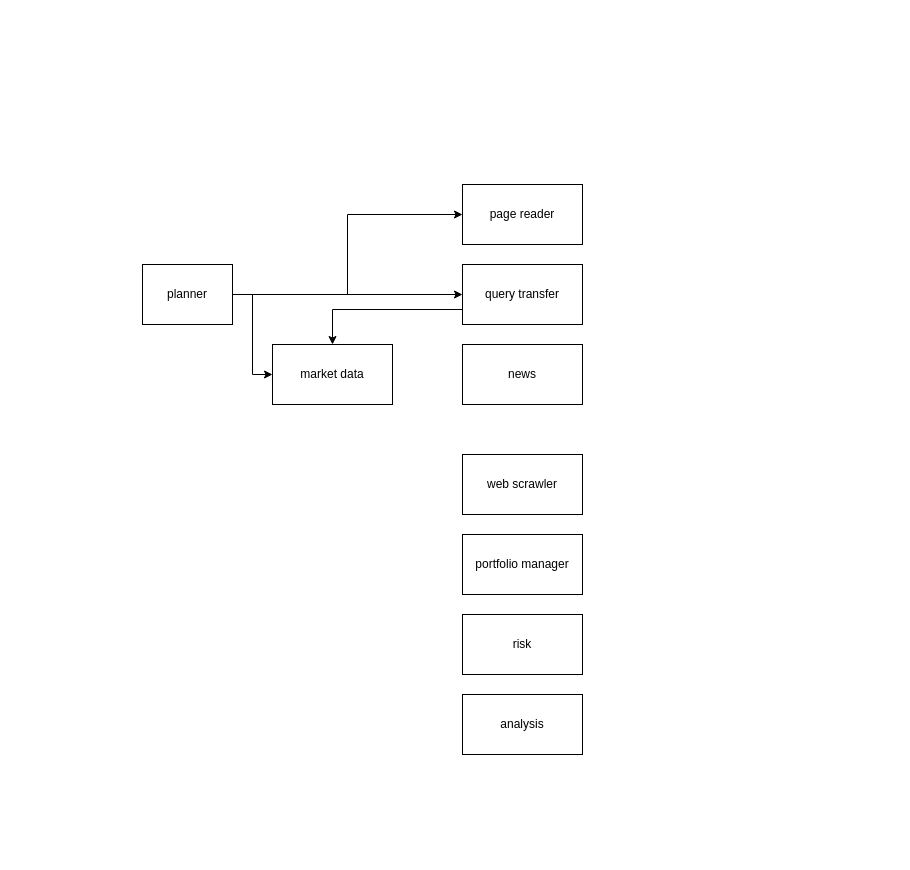
This is Untitled Diagram.drawio from TrgPhan/OOAD-IAI-2025-by-Phan-Quang-Truong-K68AAI1, a draw.io file, before an edit. Source tidied: cells renumbered, new cells numbered last; positions are measured from the earlier drawing's top-left corner, leaving out a move shared by most shapes. Both pictures are drawn from the tidied source at 100%, with x=0, y=0 at pixel (142, 184).
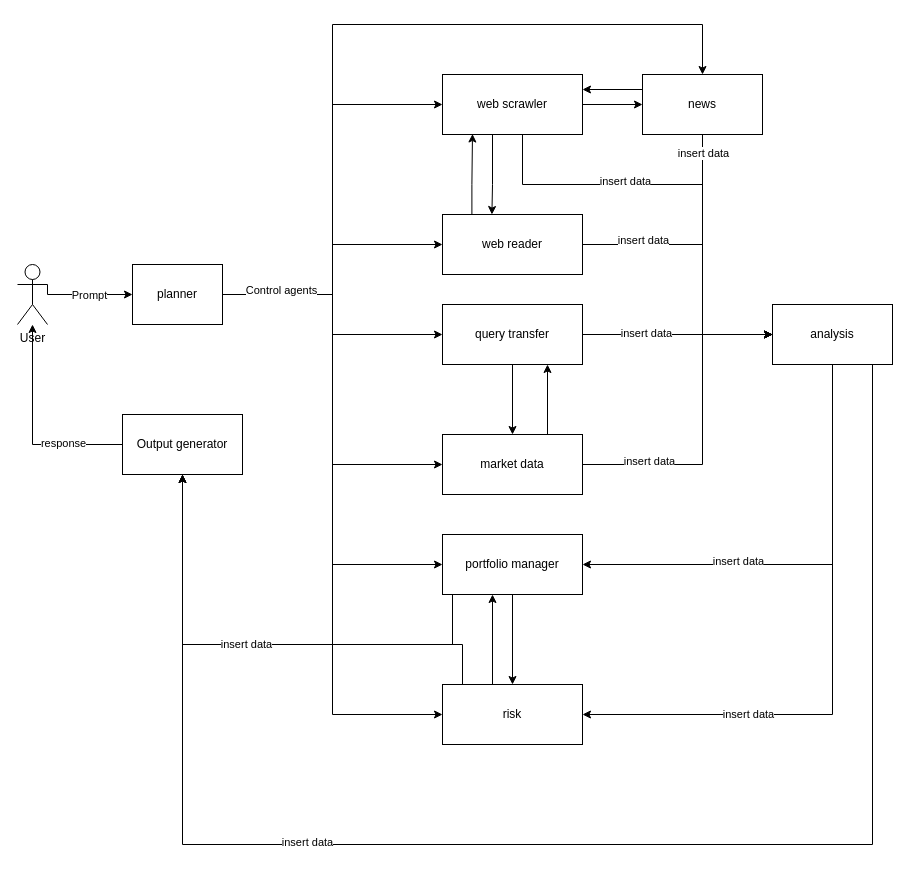
After the change.

The edit, as a diff of the source:
```diff
@@
     <mxCell id="2" style="edgeStyle=orthogonalEdgeStyle;rounded=0;jettySize=auto;html=1;entryX=0;entryY=0.5;entryDx=0;entryDy=0;" parent="1" edge="1" source="5" target="14">
-      <mxGeometry relative="1" as="geometry" />
+      <mxGeometry relative="1" as="geometry">
+        <Array as="points">
+          <mxPoint x="190" y="110" />
+          <mxPoint x="190" y="60" />
+        </Array>
+      </mxGeometry>
     </mxCell>
     <mxCell id="3" style="edgeStyle=orthogonalEdgeStyle;rounded=0;jettySize=auto;html=1;exitX=1;exitY=0.5;exitDx=0;exitDy=0;entryX=0;entryY=0.5;entryDx=0;entryDy=0;" parent="1" edge="1" source="5" target="6">
-      <mxGeometry relative="1" as="geometry" />
+      <mxGeometry relative="1" as="geometry">
+        <Array as="points">
+          <mxPoint x="190" y="110" />
+          <mxPoint x="190" y="280" />
+        </Array>
+      </mxGeometry>
     </mxCell>
@@
+    <mxCell id="15" style="edgeStyle=orthogonalEdgeStyle;rounded=0;jettySize=auto;html=1;entryX=0;entryY=0.5;entryDx=0;entryDy=0;" parent="1" edge="1" source="5" target="13">
+      <mxGeometry relative="1" as="geometry">
+        <Array as="points">
+          <mxPoint x="190" y="110" />
+          <mxPoint x="190" y="-80" />
+        </Array>
+      </mxGeometry>
+    </mxCell>
+    <mxCell id="16" style="edgeStyle=orthogonalEdgeStyle;rounded=0;jettySize=auto;html=1;entryX=0.5;entryY=0;entryDx=0;entryDy=0;exitX=1;exitY=0.5;exitDx=0;exitDy=0;" parent="1" edge="1" source="5" target="9">
+      <mxGeometry relative="1" as="geometry">
+        <Array as="points">
+          <mxPoint x="190" y="110" />
+          <mxPoint x="190" y="-160" />
+          <mxPoint x="560" y="-160" />
+        </Array>
+      </mxGeometry>
+    </mxCell>
+    <mxCell id="17" style="edgeStyle=orthogonalEdgeStyle;rounded=0;jettySize=auto;html=1;entryX=0;entryY=0.5;entryDx=0;entryDy=0;" parent="1" edge="1" source="5" target="11">
+      <mxGeometry relative="1" as="geometry">
+        <Array as="points">
+          <mxPoint x="190" y="110" />
+          <mxPoint x="190" y="380" />
+        </Array>
+      </mxGeometry>
+    </mxCell>
+    <mxCell id="18" style="edgeStyle=orthogonalEdgeStyle;rounded=0;jettySize=auto;html=1;exitX=1;exitY=0.5;exitDx=0;exitDy=0;entryX=0;entryY=0.5;entryDx=0;entryDy=0;" parent="1" edge="1" source="5" target="12">
+      <mxGeometry relative="1" as="geometry">
+        <Array as="points">
+          <mxPoint x="190" y="110" />
+          <mxPoint x="190" y="530" />
+        </Array>
+      </mxGeometry>
+    </mxCell>
+    <mxCell id="19" value="Control agents" style="edgeLabel;html=1;align=center;verticalAlign=middle;" parent="18" vertex="1">
+      <mxGeometry x="-0.82" y="5" relative="1" as="geometry" />
+    </mxCell>
     <mxCell id="5" value="planner" style="rounded=0;whiteSpace=wrap;html=1;" parent="1" vertex="1">
-      <mxGeometry y="80" width="90" height="60" as="geometry" />
+      <mxGeometry x="-10" y="80" width="90" height="60" as="geometry" />
     </mxCell>
+    <mxCell id="20" style="edgeStyle=orthogonalEdgeStyle;rounded=0;jettySize=auto;html=1;exitX=0.75;exitY=0;exitDx=0;exitDy=0;entryX=0.75;entryY=1;entryDx=0;entryDy=0;" parent="1" edge="1" source="6" target="8">
+      <mxGeometry relative="1" as="geometry" />
+    </mxCell>
+    <mxCell id="21" style="edgeStyle=orthogonalEdgeStyle;rounded=0;jettySize=auto;html=1;entryX=0;entryY=0.5;entryDx=0;entryDy=0;" parent="1" edge="1" source="6" target="10">
+      <mxGeometry relative="1" as="geometry">
+        <Array as="points">
+          <mxPoint x="560" y="280" />
+          <mxPoint x="560" y="150" />
+        </Array>
+      </mxGeometry>
+    </mxCell>
+    <mxCell id="22" value="insert data" style="edgeLabel;html=1;align=center;verticalAlign=middle;" parent="21" vertex="1">
+      <mxGeometry x="-0.59" y="4" relative="1" as="geometry" />
+    </mxCell>
     <mxCell id="6" value="market data" style="rounded=0;whiteSpace=wrap;html=1;" parent="1" vertex="1">
-      <mxGeometry x="130" y="160" width="120" height="60" as="geometry" />
+      <mxGeometry x="300" y="250" width="140" height="60" as="geometry" />
     </mxCell>
-    <mxCell id="7" style="edgeStyle=orthogonalEdgeStyle;rounded=0;jettySize=auto;html=1;exitX=0;exitY=0.75;exitDx=0;exitDy=0;" parent="1" edge="1" source="8" target="6">
+    <mxCell id="7" style="edgeStyle=orthogonalEdgeStyle;rounded=0;jettySize=auto;html=1;entryX=0.5;entryY=0;entryDx=0;entryDy=0;" parent="1" edge="1" source="8" target="6">
       <mxGeometry relative="1" as="geometry" />
     </mxCell>
+    <mxCell id="23" style="edgeStyle=orthogonalEdgeStyle;rounded=0;jettySize=auto;html=1;" parent="1" edge="1" source="8" target="10">
+      <mxGeometry relative="1" as="geometry" />
+    </mxCell>
+    <mxCell id="24" value="insert data" style="edgeLabel;html=1;align=center;verticalAlign=middle;" parent="23" vertex="1">
+      <mxGeometry x="-0.34" y="2" relative="1" as="geometry" />
+    </mxCell>
     <mxCell id="8" value="query transfer" style="rounded=0;whiteSpace=wrap;html=1;" parent="1" vertex="1">
-      <mxGeometry x="320" y="80" width="120" height="60" as="geometry" />
+      <mxGeometry x="300" y="120" width="140" height="60" as="geometry" />
     </mxCell>
+    <mxCell id="25" style="edgeStyle=orthogonalEdgeStyle;rounded=0;jettySize=auto;html=1;exitX=0;exitY=0.25;exitDx=0;exitDy=0;entryX=1;entryY=0.25;entryDx=0;entryDy=0;" parent="1" edge="1" source="9" target="13">
+      <mxGeometry relative="1" as="geometry" />
+    </mxCell>
+    <mxCell id="26" style="edgeStyle=orthogonalEdgeStyle;rounded=0;jettySize=auto;html=1;entryX=0;entryY=0.5;entryDx=0;entryDy=0;exitX=0.25;exitY=1;exitDx=0;exitDy=0;" parent="1" edge="1" source="9" target="10">
+      <mxGeometry relative="1" as="geometry">
+        <Array as="points">
+          <mxPoint x="560" y="-50" />
+          <mxPoint x="560" y="150" />
+        </Array>
+      </mxGeometry>
+    </mxCell>
+    <mxCell id="27" value="insert data" style="edgeLabel;html=1;align=center;verticalAlign=middle;" parent="26" vertex="1">
+      <mxGeometry x="-0.68" y="-1" relative="1" as="geometry">
+        <mxPoint x="1" as="offset" />
+      </mxGeometry>
+    </mxCell>
     <mxCell id="9" value="news" style="rounded=0;whiteSpace=wrap;html=1;" parent="1" vertex="1">
-      <mxGeometry x="320" y="160" width="120" height="60" as="geometry" />
+      <mxGeometry x="500" y="-110" width="120" height="60" as="geometry" />
     </mxCell>
+    <mxCell id="28" style="edgeStyle=orthogonalEdgeStyle;rounded=0;jettySize=auto;html=1;entryX=1;entryY=0.5;entryDx=0;entryDy=0;" parent="1" edge="1" source="10" target="11">
+      <mxGeometry relative="1" as="geometry">
+        <Array as="points">
+          <mxPoint x="690" y="380" />
+        </Array>
+      </mxGeometry>
+    </mxCell>
+    <mxCell id="29" value="insert data" style="edgeLabel;html=1;align=center;verticalAlign=middle;" parent="28" vertex="1">
+      <mxGeometry x="0.31" y="-4" relative="1" as="geometry" />
+    </mxCell>
+    <mxCell id="30" style="edgeStyle=orthogonalEdgeStyle;rounded=0;jettySize=auto;html=1;entryX=1;entryY=0.5;entryDx=0;entryDy=0;" parent="1" edge="1" source="10" target="12">
+      <mxGeometry relative="1" as="geometry">
+        <Array as="points">
+          <mxPoint x="690" y="530" />
+        </Array>
+      </mxGeometry>
+    </mxCell>
+    <mxCell id="31" value="insert data" style="edgeLabel;html=1;align=center;verticalAlign=middle;" parent="30" vertex="1">
+      <mxGeometry x="0.45" y="-1" relative="1" as="geometry" />
+    </mxCell>
+    <mxCell id="32" style="edgeStyle=orthogonalEdgeStyle;rounded=0;jettySize=auto;html=1;entryX=0.5;entryY=1;entryDx=0;entryDy=0;" parent="1" edge="1" source="10" target="51">
+      <mxGeometry relative="1" as="geometry">
+        <Array as="points">
+          <mxPoint x="730" y="660" />
+          <mxPoint x="40" y="660" />
+        </Array>
+      </mxGeometry>
+    </mxCell>
+    <mxCell id="33" value="insert data" style="edgeLabel;html=1;align=center;verticalAlign=middle;" parent="32" vertex="1">
+      <mxGeometry x="0.36" y="-3" relative="1" as="geometry">
+        <mxPoint x="1" as="offset" />
+      </mxGeometry>
+    </mxCell>
     <mxCell id="10" value="analysis" style="rounded=0;whiteSpace=wrap;html=1;" parent="1" vertex="1">
-      <mxGeometry x="320" y="510" width="120" height="60" as="geometry" />
+      <mxGeometry x="630" y="120" width="120" height="60" as="geometry" />
     </mxCell>
+    <mxCell id="34" style="edgeStyle=orthogonalEdgeStyle;rounded=0;jettySize=auto;html=1;entryX=0.5;entryY=0;entryDx=0;entryDy=0;" parent="1" edge="1" source="11" target="12">
+      <mxGeometry relative="1" as="geometry" />
+    </mxCell>
+    <mxCell id="35" style="edgeStyle=orthogonalEdgeStyle;rounded=0;jettySize=auto;html=1;exitX=0;exitY=1;exitDx=0;exitDy=0;entryX=0.5;entryY=1;entryDx=0;entryDy=0;" parent="1" edge="1" source="11" target="51">
+      <mxGeometry relative="1" as="geometry">
+        <Array as="points">
+          <mxPoint x="310" y="410" />
+          <mxPoint x="310" y="460" />
+          <mxPoint x="40" y="460" />
+        </Array>
+      </mxGeometry>
+    </mxCell>
     <mxCell id="11" value="portfolio manager" style="rounded=0;whiteSpace=wrap;html=1;" parent="1" vertex="1">
-      <mxGeometry x="320" y="350" width="120" height="60" as="geometry" />
+      <mxGeometry x="300" y="350" width="140" height="60" as="geometry" />
     </mxCell>
+    <mxCell id="36" style="edgeStyle=orthogonalEdgeStyle;rounded=0;jettySize=auto;html=1;exitX=0.34;exitY=0.007;exitDx=0;exitDy=0;exitPerimeter=0;" parent="1" edge="1" source="12" target="11">
+      <mxGeometry relative="1" as="geometry">
+        <Array as="points">
+          <mxPoint x="350" y="500" />
+        </Array>
+      </mxGeometry>
+    </mxCell>
+    <mxCell id="37" style="edgeStyle=orthogonalEdgeStyle;rounded=0;jettySize=auto;html=1;exitX=0;exitY=0;exitDx=0;exitDy=0;" parent="1" edge="1" source="12" target="51">
+      <mxGeometry relative="1" as="geometry">
+        <Array as="points">
+          <mxPoint x="320" y="500" />
+          <mxPoint x="320" y="460" />
+          <mxPoint x="40" y="460" />
+        </Array>
+      </mxGeometry>
+    </mxCell>
+    <mxCell id="38" value="insert data" style="edgeLabel;html=1;align=center;verticalAlign=middle;" parent="37" vertex="1">
+      <mxGeometry x="0.09" y="-1" relative="1" as="geometry">
+        <mxPoint x="1" as="offset" />
+      </mxGeometry>
+    </mxCell>
     <mxCell id="12" value="risk" style="rounded=0;whiteSpace=wrap;html=1;" parent="1" vertex="1">
-      <mxGeometry x="320" y="430" width="120" height="60" as="geometry" />
+      <mxGeometry x="300" y="500" width="140" height="60" as="geometry" />
     </mxCell>
+    <mxCell id="39" style="edgeStyle=orthogonalEdgeStyle;rounded=0;jettySize=auto;html=1;entryX=0;entryY=0.5;entryDx=0;entryDy=0;" parent="1" edge="1" source="13" target="9">
+      <mxGeometry relative="1" as="geometry" />
+    </mxCell>
+    <mxCell id="40" style="edgeStyle=orthogonalEdgeStyle;rounded=0;jettySize=auto;html=1;exitX=0.75;exitY=1;exitDx=0;exitDy=0;entryX=0.353;entryY=0;entryDx=0;entryDy=0;entryPerimeter=0;" parent="1" edge="1" source="13" target="14">
+      <mxGeometry relative="1" as="geometry">
+        <Array as="points">
+          <mxPoint x="350" y="-50" />
+          <mxPoint x="350" />
+        </Array>
+      </mxGeometry>
+    </mxCell>
+    <mxCell id="41" style="edgeStyle=orthogonalEdgeStyle;rounded=0;jettySize=auto;html=1;exitX=1;exitY=1;exitDx=0;exitDy=0;entryX=0;entryY=0.5;entryDx=0;entryDy=0;" parent="1" edge="1" source="13" target="10">
+      <mxGeometry relative="1" as="geometry">
+        <Array as="points">
+          <mxPoint x="380" y="-50" />
+          <mxPoint x="380" />
+          <mxPoint x="560" />
+          <mxPoint x="560" y="150" />
+        </Array>
+      </mxGeometry>
+    </mxCell>
+    <mxCell id="42" value="insert data" style="edgeLabel;html=1;align=center;verticalAlign=middle;" parent="41" vertex="1">
+      <mxGeometry x="-0.17" y="4" relative="1" as="geometry" />
+    </mxCell>
     <mxCell id="13" value="web scrawler" style="rounded=0;whiteSpace=wrap;html=1;" parent="1" vertex="1">
-      <mxGeometry x="320" y="270" width="120" height="60" as="geometry" />
+      <mxGeometry x="300" y="-110" width="140" height="60" as="geometry" />
     </mxCell>
+    <mxCell id="43" style="edgeStyle=orthogonalEdgeStyle;rounded=0;jettySize=auto;html=1;exitX=0.21;exitY=0;exitDx=0;exitDy=0;exitPerimeter=0;" parent="1" edge="1" source="14">
+      <mxGeometry relative="1" as="geometry">
+        <mxPoint x="330" y="-50.5" as="targetPoint" />
+        <Array as="points">
+          <mxPoint x="329" />
+        </Array>
+      </mxGeometry>
+    </mxCell>
+    <mxCell id="44" style="edgeStyle=orthogonalEdgeStyle;rounded=0;jettySize=auto;html=1;entryX=0;entryY=0.5;entryDx=0;entryDy=0;" parent="1" edge="1" source="14" target="10">
+      <mxGeometry relative="1" as="geometry">
+        <Array as="points">
+          <mxPoint x="560" y="60" />
+          <mxPoint x="560" y="150" />
+        </Array>
+      </mxGeometry>
+    </mxCell>
+    <mxCell id="45" value="insert data" style="edgeLabel;html=1;align=center;verticalAlign=middle;" parent="44" vertex="1">
+      <mxGeometry x="-0.57" y="5" relative="1" as="geometry" />
+    </mxCell>
-    <mxCell id="14" value="page reader" style="rounded=0;whiteSpace=wrap;html=1;" parent="1" vertex="1">
-      <mxGeometry x="320" width="120" height="60" as="geometry" />
+    <mxCell id="14" value="web reader" style="rounded=0;whiteSpace=wrap;html=1;" parent="1" vertex="1">
+      <mxGeometry x="300" y="30" width="140" height="60" as="geometry" />
     </mxCell>
+    <mxCell id="46" style="edgeStyle=orthogonalEdgeStyle;rounded=0;jettySize=auto;html=1;exitX=1;exitY=0.3333333333333333;exitDx=0;exitDy=0;exitPerimeter=0;" parent="1" edge="1" source="48" target="5">
+      <mxGeometry relative="1" as="geometry">
+        <Array as="points">
+          <mxPoint x="-95" y="110" />
+        </Array>
+      </mxGeometry>
+    </mxCell>
+    <mxCell id="47" value="Prompt" style="edgeLabel;html=1;align=center;verticalAlign=middle;" parent="46" vertex="1">
+      <mxGeometry x="0.07" relative="1" as="geometry" />
+    </mxCell>
+    <mxCell id="48" value="User" style="shape=umlActor;verticalLabelPosition=bottom;verticalAlign=top;html=1;outlineConnect=0;" parent="1" vertex="1">
+      <mxGeometry x="-125" y="80" width="30" height="60" as="geometry" />
+    </mxCell>
+    <mxCell id="49" style="edgeStyle=orthogonalEdgeStyle;rounded=0;jettySize=auto;html=1;exitX=0;exitY=0.5;exitDx=0;exitDy=0;" parent="1" edge="1" source="51" target="48">
+      <mxGeometry relative="1" as="geometry" />
+    </mxCell>
+    <mxCell id="50" value="response" style="edgeLabel;html=1;align=center;verticalAlign=middle;" parent="49" vertex="1">
+      <mxGeometry x="-0.43" y="-2" relative="1" as="geometry" />
+    </mxCell>
+    <mxCell id="51" value="Output generator" style="rounded=0;whiteSpace=wrap;html=1;" parent="1" vertex="1">
+      <mxGeometry x="-20" y="230" width="120" height="60" as="geometry" />
+    </mxCell>
```
